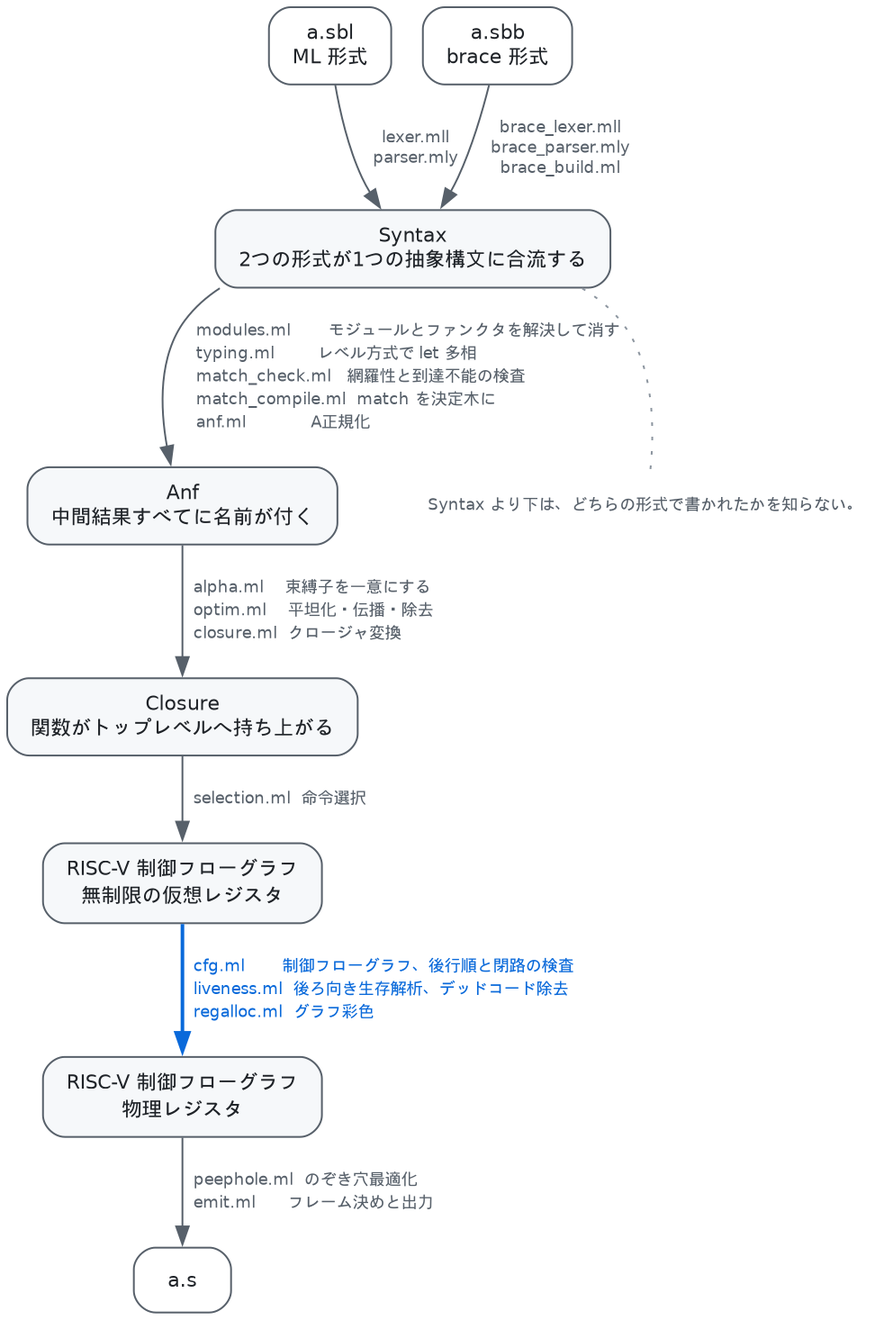
Earlier version of the Graphviz export Sable/compiler/doc/figures/pipeline.png (aita/CompLab). Its source is kept beside it as Sable/compiler/doc/figures/pipeline.dot.
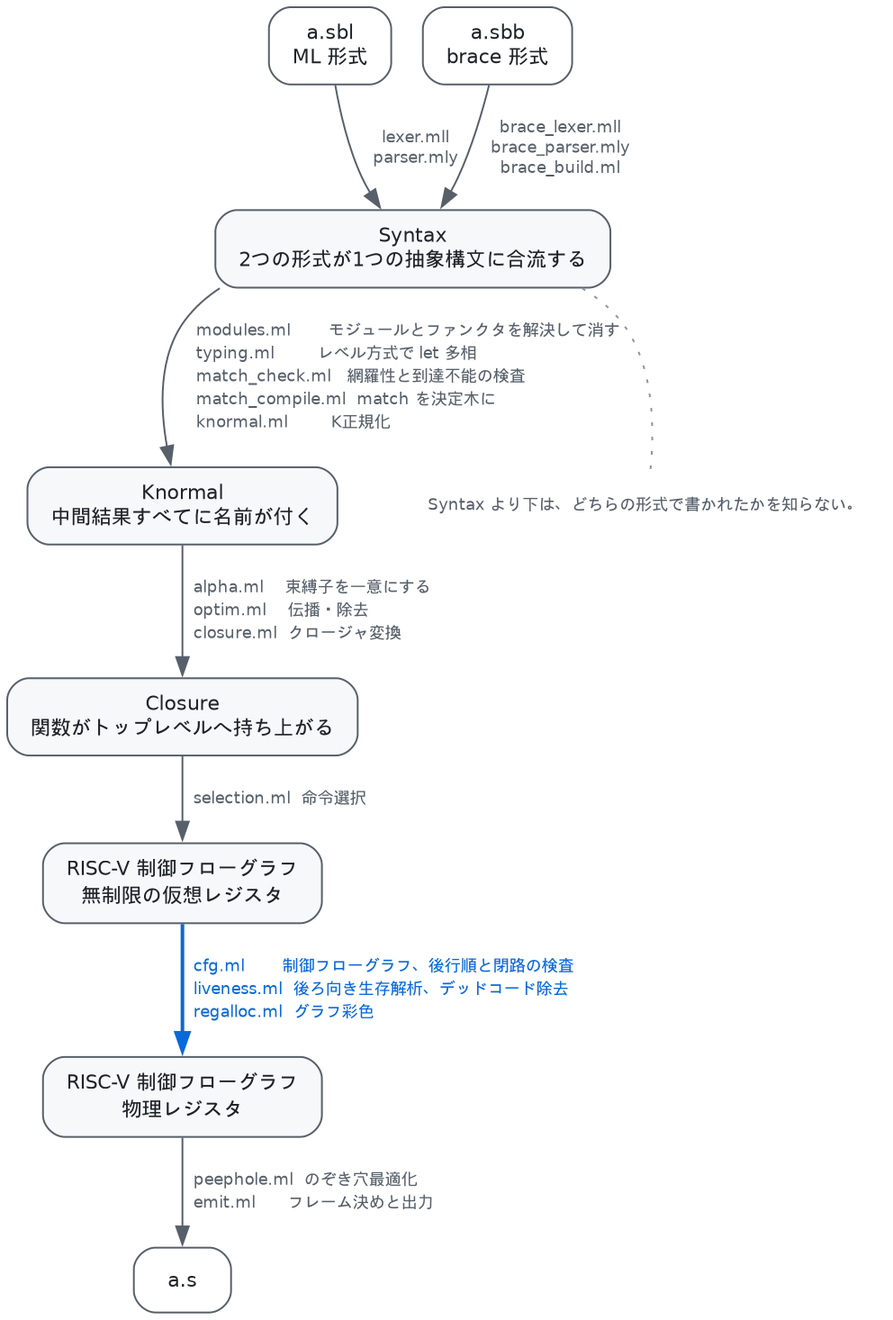
The same diagram one commit later.

The edit, as a diff of the source:
```diff
@@ -12,7 +12,7 @@
   brace [label = "a.sbb\nbrace 形式", fillcolor = "#ffffff"];
 
   syntax  [label = "Syntax\n2つの形式が1つの抽象構文に合流する"];
-  anf     [label = "Anf\n中間結果すべてに名前が付く"];
+  knf     [label = "Knormal\n中間結果すべてに名前が付く"];
   closure [label = "Closure\n関数がトップレベルへ持ち上がる"];
   virtual [label = "RISC-V 制御フローグラフ\n無制限の仮想レジスタ"];
   machine [label = "RISC-V 制御フローグラフ\n物理レジスタ"];
@@ -21,14 +21,14 @@
   ml    -> syntax [label = "  lexer.mll\n  parser.mly"];
   brace -> syntax [label = "  brace_lexer.mll\n  brace_parser.mly\n  brace_build.ml"];
 
-  syntax -> anf [label = "  modules.ml       モジュールとファンクタを解決して消す\l  \
+  syntax -> knf [label = "  modules.ml       モジュールとファンクタを解決して消す\l  \
 typing.ml        レベル方式で let 多相\l  \
 match_check.ml   網羅性と到達不能の検査\l  \
 match_compile.ml  match を決定木に\l  \
-anf.ml            A正規化\l"];
+knormal.ml        K正規化\l"];
 
-  anf -> closure [label = "  alpha.ml    束縛子を一意にする\l  \
-optim.ml    平坦化・伝播・除去\l  \
+  knf -> closure [label = "  alpha.ml    束縛子を一意にする\l  \
+optim.ml    伝播・除去\l  \
 closure.ml  クロージャ変換\l"];
 
   closure -> virtual [label = "  selection.ml  命令選択"];
```
